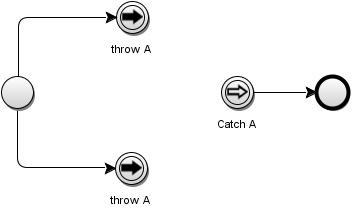
Before: Yaoqiang BPMN Editor 3.0.9/link-event-survey.png, a diagram exported from BPMN (bpmn-miwg/bpmn-link-event-survey). Its source is kept beside it as Yaoqiang BPMN Editor 3.0.9/link-event-survey.bpmn. Ids are renumbered.
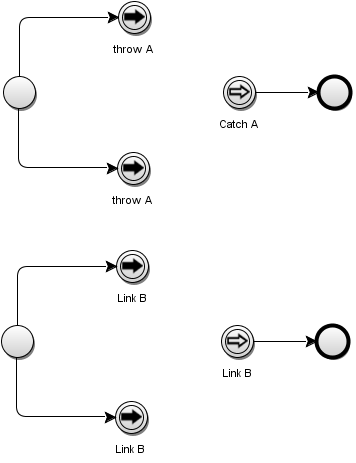
After the change.

The edit, as a diff of the source:
```diff
@@ -4,10 +4,6 @@
       <yaoqiang:pageFormat height="842.4" imageableHeight="832.4" imageableWidth="587.6" imageableX="5.0" imageableY="5.0" orientation="0" width="597.6"/>
       <yaoqiang:page background="#FFFFFF" horizontalCount="1" verticalCount="1"/>
     </extensionElements>
-    <intermediateThrowEvent id="_4" name="throw A">
-      <incoming>_7</incoming>
-      <linkEventDefinition id="_4_ED_1" name="throw A"/>
-    </intermediateThrowEvent>
     <intermediateCatchEvent id="_5" name="Catch A" parallelMultiple="false">
       <outgoing>_9</outgoing>
       <linkEventDefinition id="_5_ED_1" name="Catch A"/>
@@ -26,15 +22,35 @@
       <outgoing>_7</outgoing>
       <outgoing>_8</outgoing>
     </startEvent>
+    <startEvent id="_10" isInterrupting="true" parallelMultiple="false">
+      <outgoing>_16</outgoing>
+      <outgoing>_17</outgoing>
+    </startEvent>
+    <intermediateThrowEvent id="_11" name="Link B">
+      <incoming>_16</incoming>
+      <linkEventDefinition id="_11_ED_1" name="Link B"/>
+    </intermediateThrowEvent>
+    <endEvent id="_12">
+      <incoming>_15</incoming>
+    </endEvent>
+    <intermediateCatchEvent id="_13" name="Link B" parallelMultiple="false">
+      <outgoing>_15</outgoing>
+      <linkEventDefinition id="_13_ED_1" name="Link B"/>
+    </intermediateCatchEvent>
+    <intermediateThrowEvent id="_14" name="Link B">
+      <incoming>_17</incoming>
+      <linkEventDefinition id="_14_ED_1" name="Link B"/>
+    </intermediateThrowEvent>
+    <sequenceFlow id="_15" sourceRef="_13" targetRef="_12"/>
+    <sequenceFlow id="_16" sourceRef="_10" targetRef="_11"/>
+    <sequenceFlow id="_17" sourceRef="_10" targetRef="_14"/>
+    <intermediateThrowEvent id="_4" name="throw A">
+      <incoming>_7</incoming>
+      <linkEventDefinition id="_4_ED_1" name="throw A"/>
+    </intermediateThrowEvent>
   </process>
   <bpmndi:BPMNDiagram id="Yaoqiang_Diagram-_1" name="Untitled Diagram" resolution="96.0">
     <bpmndi:BPMNPlane bpmnElement="PROCESS_1">
-      <bpmndi:BPMNShape bpmnElement="_4" id="Yaoqiang-_4">
-        <dc:Bounds height="32.0" width="32.0" x="274.5" y="128.76315789473685"/>
-        <bpmndi:BPMNLabel>
-          <dc:Bounds height="19.8359375" width="46.0" x="267.5" y="168.84518914473685"/>
-        </bpmndi:BPMNLabel>
-      </bpmndi:BPMNShape>
       <bpmndi:BPMNShape bpmnElement="_5" id="Yaoqiang-_5">
         <dc:Bounds height="32.0" width="32.0" x="379.55263157894734" y="203.8684210526316"/>
         <bpmndi:BPMNLabel>
@@ -59,27 +75,86 @@
           <dc:Bounds height="19.8359375" width="6.0" x="172.1842105263158" y="244.1083470394737"/>
         </bpmndi:BPMNLabel>
       </bpmndi:BPMNShape>
+      <bpmndi:BPMNShape bpmnElement="_10" id="Yaoqiang-_10">
+        <dc:Bounds height="32.0" width="32.0" x="157.1842105263158" y="453.0263157894737"/>
+        <bpmndi:BPMNLabel>
+          <dc:Bounds height="19.8359375" width="6.0" x="170.1842105263158" y="493.10834703947376"/>
+        </bpmndi:BPMNLabel>
+      </bpmndi:BPMNShape>
+      <bpmndi:BPMNShape bpmnElement="_11" id="Yaoqiang-_11">
+        <dc:Bounds height="32.0" width="32.0" x="271.1842105263158" y="528.2894736842105"/>
+        <bpmndi:BPMNLabel>
+          <dc:Bounds height="19.8359375" width="35.0" x="269.6842105263158" y="568.3715049342105"/>
+        </bpmndi:BPMNLabel>
+      </bpmndi:BPMNShape>
+      <bpmndi:BPMNShape bpmnElement="_12" id="Yaoqiang-_12">
+        <dc:Bounds height="32.0" width="32.0" x="472.0263157894737" y="452.86842105263156"/>
+        <bpmndi:BPMNLabel>
+          <dc:Bounds height="19.8359375" width="6.0" x="485.0263157894737" y="492.95045230263156"/>
+        </bpmndi:BPMNLabel>
+      </bpmndi:BPMNShape>
+      <bpmndi:BPMNShape bpmnElement="_13" id="Yaoqiang-_13">
+        <dc:Bounds height="32.0" width="32.0" x="377.55263157894734" y="452.86842105263156"/>
+        <bpmndi:BPMNLabel>
+          <dc:Bounds height="19.8359375" width="35.0" x="376.05263157894734" y="492.95045230263156"/>
+        </bpmndi:BPMNLabel>
+      </bpmndi:BPMNShape>
+      <bpmndi:BPMNShape bpmnElement="_14" id="Yaoqiang-_14">
+        <dc:Bounds height="32.0" width="32.0" x="272.5" y="377.7631578947369"/>
+        <bpmndi:BPMNLabel>
+          <dc:Bounds height="19.8359375" width="35.0" x="271.0" y="417.8451891447369"/>
+        </bpmndi:BPMNLabel>
+      </bpmndi:BPMNShape>
+      <bpmndi:BPMNShape bpmnElement="_4" id="Yaoqiang-_4">
+        <dc:Bounds height="32.0" width="32.0" x="274.5" y="128.76315789473685"/>
+        <bpmndi:BPMNLabel>
+          <dc:Bounds height="19.8359375" width="46.0" x="267.5" y="168.84518914473685"/>
+        </bpmndi:BPMNLabel>
+      </bpmndi:BPMNShape>
+      <bpmndi:BPMNEdge bpmnElement="_17" id="Yaoqiang-_17" sourceElement="_10" targetElement="_14">
+        <di:waypoint x="174.0" y="452.6736790114907"/>
+        <di:waypoint x="174.0" y="414.0"/>
+        <di:waypoint x="272.28981994834515" y="393.7631578947369"/>
+        <bpmndi:BPMNLabel>
+          <dc:Bounds height="19.8359375" width="6.0" x="190.68964941579566" y="383.8451891447369"/>
+        </bpmndi:BPMNLabel>
+      </bpmndi:BPMNEdge>
+      <bpmndi:BPMNEdge bpmnElement="_16" id="Yaoqiang-_16" sourceElement="_10" targetElement="_11">
+        <di:waypoint x="173.0" y="484.6552759283418"/>
+        <di:waypoint x="173.0" y="510.0"/>
+        <di:waypoint x="271.2937159363582" y="544.2894736842105"/>
+        <bpmndi:BPMNLabel>
+          <dc:Bounds height="19.8359375" width="6.0" x="189.32975909024472" y="534.3715049342105"/>
+        </bpmndi:BPMNLabel>
+      </bpmndi:BPMNEdge>
+      <bpmndi:BPMNEdge bpmnElement="_15" id="Yaoqiang-_15" sourceElement="_13" targetElement="_12">
+        <di:waypoint x="409.28808858270594" y="468.86842105263156"/>
+        <di:waypoint x="472.2908587857151" y="468.86842105263156"/>
+        <bpmndi:BPMNLabel>
+          <dc:Bounds height="19.8359375" width="6.0" x="437.7894736842105" y="458.95045230263156"/>
+        </bpmndi:BPMNLabel>
+      </bpmndi:BPMNEdge>
       <bpmndi:BPMNEdge bpmnElement="_9" id="Yaoqiang-_9" sourceElement="_5" targetElement="_3">
-        <di:waypoint x="411.287309410409" y="219.8684210526316"/>
-        <di:waypoint x="474.2916379580118" y="219.8684210526316"/>
+        <di:waypoint x="411.28808858270594" y="219.86842105263156"/>
+        <di:waypoint x="474.2908587857151" y="219.86842105263156"/>
         <bpmndi:BPMNLabel>
-          <dc:Bounds height="19.8359375" width="6.0" x="439.7894736842104" y="209.9504523026316"/>
+          <dc:Bounds height="19.8359375" width="6.0" x="439.7894736842105" y="209.95045230263156"/>
         </bpmndi:BPMNLabel>
       </bpmndi:BPMNEdge>
       <bpmndi:BPMNEdge bpmnElement="_8" id="Yaoqiang-_8" sourceElement="_2" targetElement="_6">
-        <di:waypoint x="175.49542791218408" y="235.60393756723187"/>
-        <di:waypoint x="175.49542791218408" y="260.9698850300354"/>
-        <di:waypoint x="273.29259033124725" y="295.2894736842105"/>
+        <di:waypoint x="175.0" y="235.65527592834184"/>
+        <di:waypoint x="175.0" y="261.0"/>
+        <di:waypoint x="273.2937159363582" y="295.2894736842105"/>
         <bpmndi:BPMNLabel>
-          <dc:Bounds height="19.8359375" width="6.0" x="191.55124106322634" y="285.3715049342105"/>
+          <dc:Bounds height="19.8359375" width="6.0" x="191.32975909024475" y="285.3715049342105"/>
         </bpmndi:BPMNLabel>
       </bpmndi:BPMNEdge>
       <bpmndi:BPMNEdge bpmnElement="_7" id="Yaoqiang-_7" sourceElement="_2" targetElement="_4">
-        <di:waypoint x="176.40473064748036" y="203.64417917509834"/>
-        <di:waypoint x="176.40473064748036" y="164.5837950886286"/>
-        <di:waypoint x="274.29025278905186" y="144.76315789473685"/>
+        <di:waypoint x="176.0" y="203.6736790114907"/>
+        <di:waypoint x="176.0" y="165.0"/>
+        <di:waypoint x="274.28981994834515" y="144.76315789473685"/>
         <bpmndi:BPMNLabel>
-          <dc:Bounds height="19.8359375" width="6.0" x="192.90698107808538" y="134.84518914473685"/>
+          <dc:Bounds height="19.8359375" width="6.0" x="192.68964941579566" y="134.84518914473685"/>
         </bpmndi:BPMNLabel>
       </bpmndi:BPMNEdge>
     </bpmndi:BPMNPlane>
```
